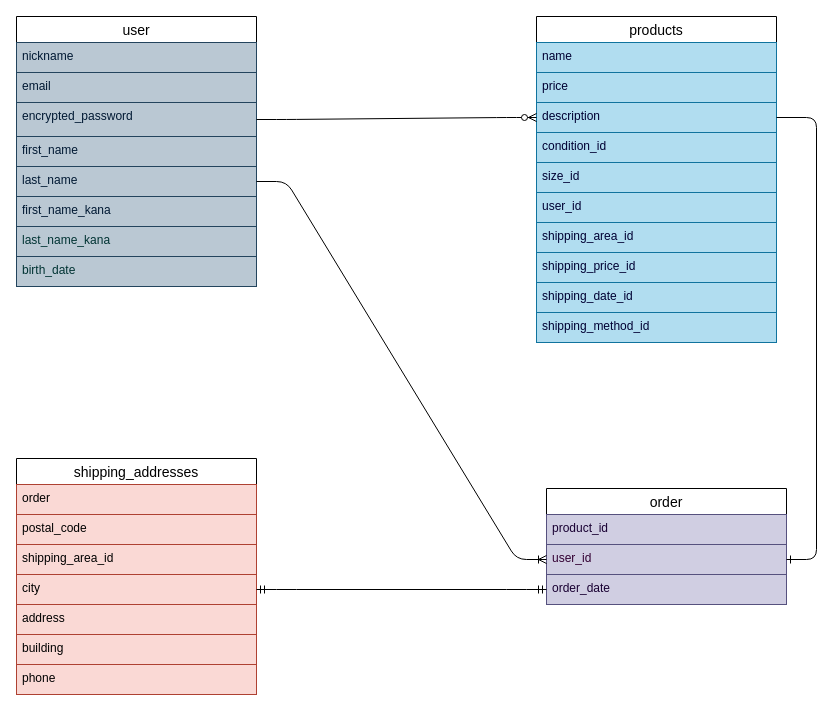
This is test.dio from shio-san3/furima-41266, a draw.io file, before an edit. Source tidied: cells renumbered, new cells numbered last; positions are measured from the earlier drawing's top-left corner, leaving out a move shared by most shapes. Both pictures are drawn from the tidied source at 100%, with x=0, y=0 at pixel (16, 16).
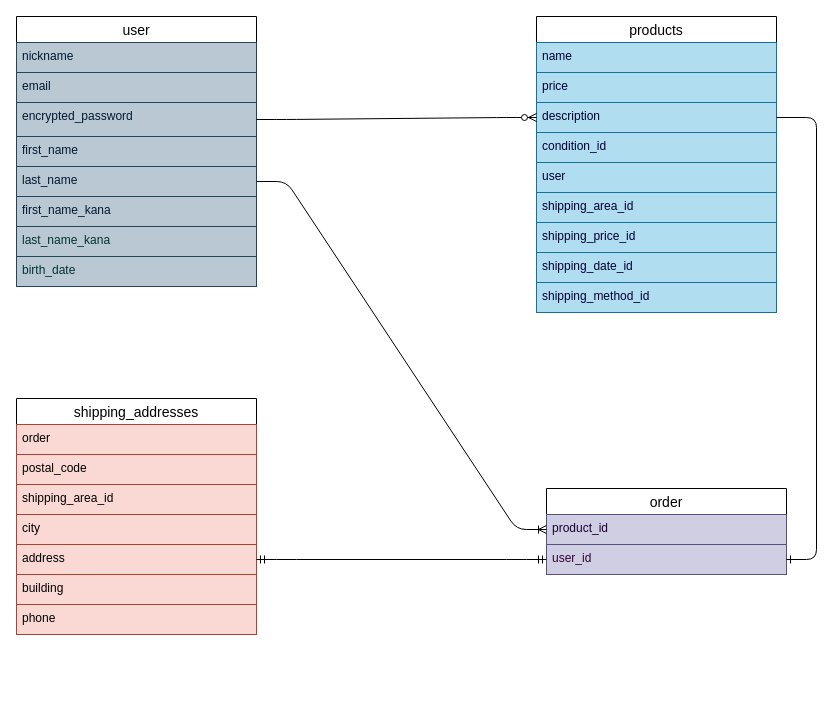
The same page after the edit.

Commit message (it also covers changes not shown here):
再考（五回目）

Unchanged cells that the change refers to:
```xml
<mxCell id="7" value="last_name " style="text;strokeColor=#23445d;fillColor=#bac8d3;spacingLeft=4;spacingRight=4;overflow=hidden;points=[[0,0.5],[1,0.5]];portConstraint=eastwest;fontSize=12;fontColor=#001933;" parent="2" vertex="1">
  <mxGeometry y="150" width="240" height="30" as="geometry" />
</mxCell>
<mxCell id="23" value="product_id" style="text;strokeColor=#56517e;fillColor=#d0cee2;spacingLeft=4;spacingRight=4;overflow=hidden;points=[[0,0.5],[1,0.5]];portConstraint=eastwest;fontSize=12;fontColor=#190033;" parent="22" vertex="1">
  <mxGeometry y="26" width="240" height="30" as="geometry" />
</mxCell>
<mxCell id="24" value="user_id" style="text;strokeColor=#56517e;fillColor=#d0cee2;spacingLeft=4;spacingRight=4;overflow=hidden;points=[[0,0.5],[1,0.5]];portConstraint=eastwest;fontSize=12;fontColor=#330033;" parent="22" vertex="1">
  <mxGeometry y="56" width="240" height="30" as="geometry" />
</mxCell>
<mxCell id="32" value="city" style="text;strokeColor=#ae4132;fillColor=#fad9d5;spacingLeft=4;spacingRight=4;overflow=hidden;points=[[0,0.5],[1,0.5]];portConstraint=eastwest;fontSize=12;fontColor=#000000;" parent="28" vertex="1">
  <mxGeometry y="116" width="240" height="30" as="geometry" />
</mxCell>
<mxCell id="33" value="address" style="text;strokeColor=#ae4132;fillColor=#fad9d5;spacingLeft=4;spacingRight=4;overflow=hidden;points=[[0,0.5],[1,0.5]];portConstraint=eastwest;fontSize=12;fontColor=#000000;" parent="28" vertex="1">
  <mxGeometry y="146" width="240" height="30" as="geometry" />
</mxCell>
```

Diff of the diagram source:
```diff
@@
     <mxCell id="11" value="products" style="swimlane;fontStyle=0;horizontal=1;startSize=26;align=center;fontSize=14;" parent="1" vertex="1">
-      <mxGeometry x="520" width="240" height="326" as="geometry" />
+      <mxGeometry x="520" width="240" height="296" as="geometry" />
     </mxCell>
@@
-    <mxCell id="16" value="size_id" style="text;strokeColor=#10739e;fillColor=#b1ddf0;spacingLeft=4;spacingRight=4;overflow=hidden;fontSize=12;fontColor=#000033;" parent="11" vertex="1">
-      <mxGeometry y="146" width="240" height="30" as="geometry" />
-    </mxCell>
-    <mxCell id="17" value="user_id" style="text;strokeColor=#10739e;fillColor=#b1ddf0;spacingLeft=4;spacingRight=4;overflow=hidden;fontSize=12;fontColor=#000033;" parent="11" vertex="1">
-      <mxGeometry y="176" width="240" height="30" as="geometry" />
+    <mxCell id="17" value="user" style="text;strokeColor=#10739e;fillColor=#b1ddf0;spacingLeft=4;spacingRight=4;overflow=hidden;fontSize=12;fontColor=#000033;" parent="11" vertex="1">
+      <mxGeometry y="146" width="240" height="30" as="geometry" />
     </mxCell>
     <mxCell id="18" value="shipping_area_id" style="text;strokeColor=#10739e;fillColor=#b1ddf0;spacingLeft=4;spacingRight=4;overflow=hidden;fontSize=12;fontColor=#000033;" parent="11" vertex="1">
-      <mxGeometry y="206" width="240" height="30" as="geometry" />
+      <mxGeometry y="176" width="240" height="30" as="geometry" />
     </mxCell>
     <mxCell id="19" value="shipping_price_id" style="text;strokeColor=#10739e;fillColor=#b1ddf0;spacingLeft=4;spacingRight=4;overflow=hidden;fontSize=12;fontColor=#000033;" parent="11" vertex="1">
-      <mxGeometry y="236" width="240" height="30" as="geometry" />
+      <mxGeometry y="206" width="240" height="30" as="geometry" />
     </mxCell>
     <mxCell id="20" value="shipping_date_id" style="text;strokeColor=#10739e;fillColor=#b1ddf0;spacingLeft=4;spacingRight=4;overflow=hidden;fontSize=12;fontColor=#000033;" parent="11" vertex="1">
-      <mxGeometry y="266" width="240" height="30" as="geometry" />
+      <mxGeometry y="236" width="240" height="30" as="geometry" />
     </mxCell>
     <mxCell id="21" value="shipping_method_id" style="text;strokeColor=#10739e;fillColor=#b1ddf0;spacingLeft=4;spacingRight=4;overflow=hidden;fontSize=12;fontColor=#000033;" parent="11" vertex="1">
-      <mxGeometry y="296" width="240" height="30" as="geometry" />
+      <mxGeometry y="266" width="240" height="30" as="geometry" />
     </mxCell>
     <mxCell id="22" value="order" style="swimlane;fontStyle=0;horizontal=1;startSize=26;align=center;fontSize=14;" parent="1" vertex="1">
-      <mxGeometry x="530" y="472" width="240" height="116" as="geometry" />
+      <mxGeometry x="530" y="472" width="240" height="86" as="geometry" />
     </mxCell>
@@
-    <mxCell id="25" value="order_date" style="text;strokeColor=#56517e;fillColor=#d0cee2;spacingLeft=4;spacingRight=4;overflow=hidden;points=[[0,0.5],[1,0.5]];portConstraint=eastwest;fontSize=12;fontColor=#190033;" parent="22" vertex="1">
-      <mxGeometry y="86" width="240" height="30" as="geometry" />
-    </mxCell>
-    <mxCell id="26" style="edgeStyle=entityRelationEdgeStyle;fontSize=12;html=1;endArrow=ERoneToMany;" parent="1" edge="1" source="7" target="24">
+    <mxCell id="26" style="edgeStyle=entityRelationEdgeStyle;fontSize=12;html=1;endArrow=ERoneToMany;" parent="1" edge="1" source="7" target="23">
       <mxGeometry relative="1" as="geometry" />
     </mxCell>
@@
     <mxCell id="28" value="shipping_addresses" style="swimlane;fontStyle=0;horizontal=1;startSize=26;align=center;fontSize=14;" parent="1" vertex="1">
-      <mxGeometry y="442" width="240" height="236" as="geometry" />
+      <mxGeometry y="382" width="240" height="236" as="geometry" />
     </mxCell>
@@
-    <mxCell id="36" style="edgeStyle=entityRelationEdgeStyle;fontSize=12;html=1;endArrow=ERmandOne;startArrow=ERmandOne;fontColor=#003333;" parent="1" edge="1" source="32" target="25">
+    <mxCell id="36" style="edgeStyle=entityRelationEdgeStyle;fontSize=12;html=1;endArrow=ERmandOne;startArrow=ERmandOne;fontColor=#003333;" parent="1" edge="1" source="33" target="24">
       <mxGeometry relative="1" as="geometry" />
     </mxCell>
```
